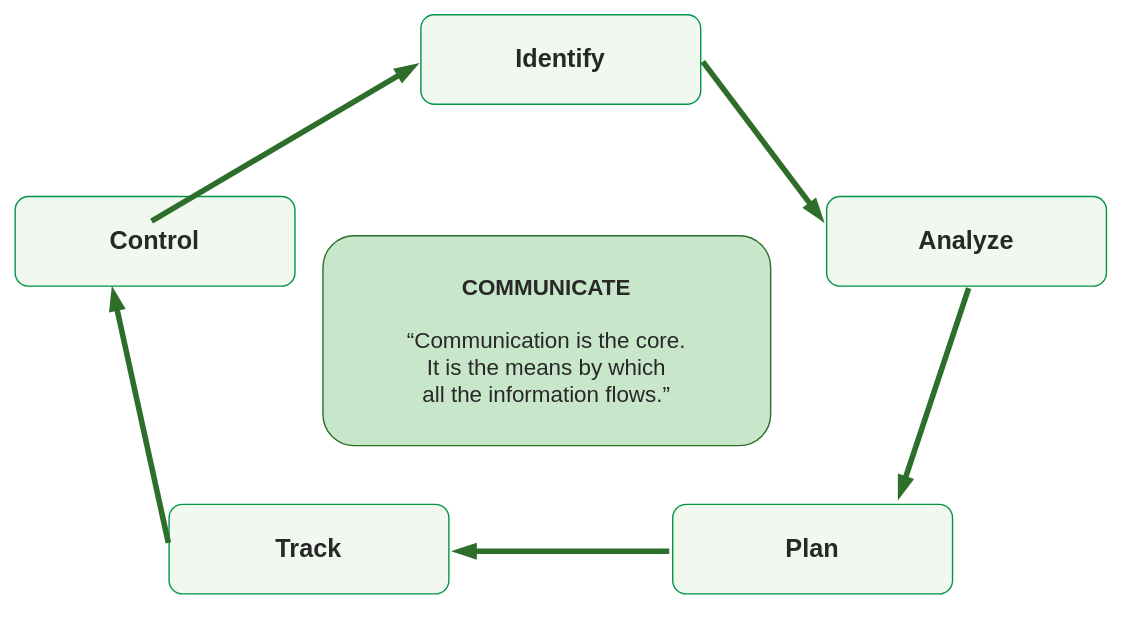
Earlier version of the draw.io export content/needs/risks/crm-wheel.svg (msdbok/msdbok.github.io). Source tidied: cells renumbered, new cells last; positions are measured from the earlier drawing's top-left corner, leaving out a move shared by most shapes.
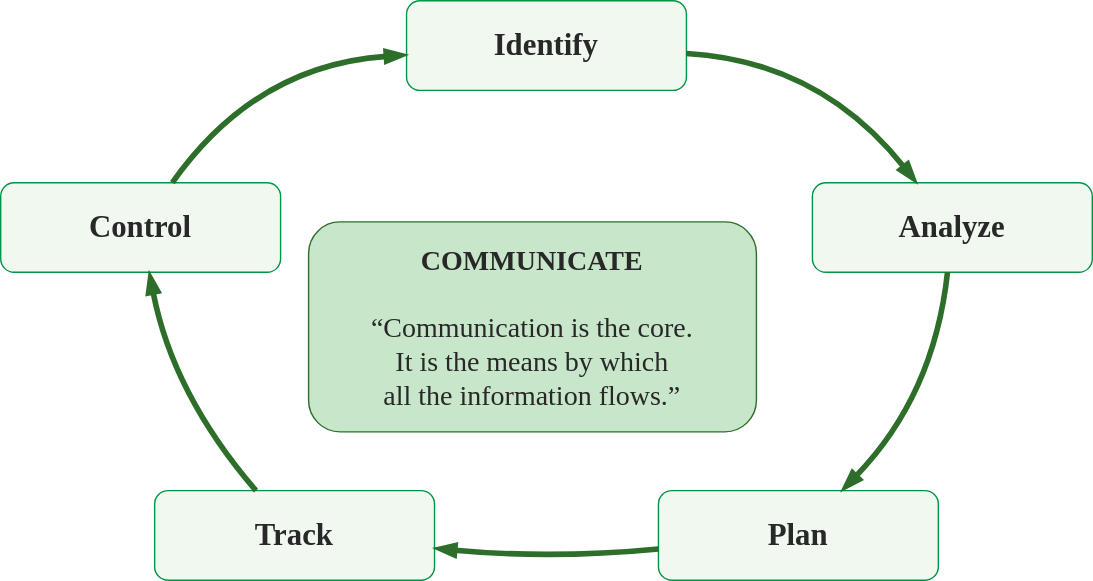
The same file after the commit.

What changed in the source:
```diff
@@ -2,52 +2,57 @@
   <root>
     <mxCell id="0" />
     <mxCell id="1" parent="0" />
-    <mxCell id="2" value="Identify" style="rounded=1;whiteSpace=wrap;html=1;fillColor=#f0f8f0;strokeColor=#019546;fontFamily=Tahoma,Verdana,sans-serif;fontColor=#282828;fontSize=18;fontStyle=1;" parent="1" vertex="1">
+    <mxCell id="2" value="Identify" style="rounded=1;whiteSpace=wrap;html=1;fillColor=#f0f8f0;strokeColor=#019546;fontFamily=Tahoma,Verdana,sans-serif;fontColor=#282828;fontSize=22;fontStyle=1;" parent="1" vertex="1">
       <mxGeometry x="290" width="200" height="64" as="geometry" />
     </mxCell>
-    <mxCell id="3" value="Analyze" style="rounded=1;whiteSpace=wrap;html=1;fillColor=#f0f8f0;strokeColor=#019546;fontFamily=Tahoma,Verdana,sans-serif;fontColor=#282828;fontSize=18;fontStyle=1;" parent="1" vertex="1">
+    <mxCell id="3" value="Analyze" style="rounded=1;whiteSpace=wrap;html=1;fillColor=#f0f8f0;strokeColor=#019546;fontFamily=Tahoma,Verdana,sans-serif;fontColor=#282828;fontSize=22;fontStyle=1;" parent="1" vertex="1">
       <mxGeometry x="580" y="130" width="200" height="64" as="geometry" />
     </mxCell>
-    <mxCell id="4" value="Plan" style="rounded=1;whiteSpace=wrap;html=1;fillColor=#f0f8f0;strokeColor=#019546;fontFamily=Tahoma,Verdana,sans-serif;fontColor=#282828;fontSize=18;fontStyle=1;" parent="1" vertex="1">
+    <mxCell id="4" value="Plan" style="rounded=1;whiteSpace=wrap;html=1;fillColor=#f0f8f0;strokeColor=#019546;fontFamily=Tahoma,Verdana,sans-serif;fontColor=#282828;fontSize=22;fontStyle=1;" parent="1" vertex="1">
       <mxGeometry x="470" y="350" width="200" height="64" as="geometry" />
     </mxCell>
-    <mxCell id="5" value="Track" style="rounded=1;whiteSpace=wrap;html=1;fillColor=#f0f8f0;strokeColor=#019546;fontFamily=Tahoma,Verdana,sans-serif;fontColor=#282828;fontSize=18;fontStyle=1;" parent="1" vertex="1">
+    <mxCell id="5" value="Track" style="rounded=1;whiteSpace=wrap;html=1;fillColor=#f0f8f0;strokeColor=#019546;fontFamily=Tahoma,Verdana,sans-serif;fontColor=#282828;fontSize=22;fontStyle=1;" parent="1" vertex="1">
       <mxGeometry x="110" y="350" width="200" height="64" as="geometry" />
     </mxCell>
-    <mxCell id="6" value="Control" style="rounded=1;whiteSpace=wrap;html=1;fillColor=#f0f8f0;strokeColor=#019546;fontFamily=Tahoma,Verdana,sans-serif;fontColor=#282828;fontSize=18;fontStyle=1;" parent="1" vertex="1">
+    <mxCell id="6" value="Control" style="rounded=1;whiteSpace=wrap;html=1;fillColor=#f0f8f0;strokeColor=#019546;fontFamily=Tahoma,Verdana,sans-serif;fontColor=#282828;fontSize=22;fontStyle=1;" parent="1" vertex="1">
       <mxGeometry y="130" width="200" height="64" as="geometry" />
     </mxCell>
-    <mxCell id="7" style="endArrow=blockThin;html=1;strokeColor=#2D6E2A;strokeWidth=4;fontFamily=Tahoma,Verdana,sans-serif;fontColor=#282828;fontSize=13;dashed=0;curved=0;endFill=1;" parent="1" edge="1">
+    <mxCell id="7" style="endArrow=blockThin;html=1;strokeColor=#2D6E2A;strokeWidth=4;fontFamily=Tahoma,Verdana,sans-serif;fontColor=#282828;fontSize=13;dashed=0;curved=1;endFill=1;rounded=0;" parent="1" edge="1" source="2" target="3">
       <mxGeometry relative="1" as="geometry">
-        <mxPoint x="492" y="34" as="sourcePoint" />
-        <mxPoint x="578" y="148" as="targetPoint" />
+        <Array as="points">
+          <mxPoint x="585" y="43" />
+        </Array>
       </mxGeometry>
     </mxCell>
-    <mxCell id="8" style="endArrow=blockThin;html=1;strokeColor=#2D6E2A;strokeWidth=4;fontFamily=Tahoma,Verdana,sans-serif;fontColor=#282828;fontSize=13;dashed=0;curved=0;endFill=1;" parent="1" edge="1">
+    <mxCell id="8" style="endArrow=blockThin;html=1;strokeColor=#2D6E2A;strokeWidth=4;fontFamily=Tahoma,Verdana,sans-serif;fontColor=#282828;fontSize=13;dashed=0;curved=1;endFill=1;rounded=0;" parent="1" edge="1" source="3" target="4">
       <mxGeometry relative="1" as="geometry">
-        <mxPoint x="682" y="196" as="sourcePoint" />
-        <mxPoint x="632" y="346" as="targetPoint" />
+        <Array as="points">
+          <mxPoint x="667" y="282" />
+        </Array>
       </mxGeometry>
     </mxCell>
-    <mxCell id="9" style="endArrow=blockThin;html=1;strokeColor=#2D6E2A;strokeWidth=4;fontFamily=Tahoma,Verdana,sans-serif;fontColor=#282828;fontSize=13;dashed=0;curved=0;endFill=1;" parent="1" edge="1">
+    <mxCell id="9" style="endArrow=blockThin;html=1;strokeColor=#2D6E2A;strokeWidth=4;fontFamily=Tahoma,Verdana,sans-serif;fontColor=#282828;fontSize=13;dashed=0;curved=1;endFill=1;rounded=0;" parent="1" edge="1" source="4" target="5">
       <mxGeometry relative="1" as="geometry">
-        <mxPoint x="468" y="384" as="sourcePoint" />
-        <mxPoint x="314" y="384" as="targetPoint" />
+        <Array as="points">
+          <mxPoint x="394" y="399" />
+        </Array>
       </mxGeometry>
     </mxCell>
-    <mxCell id="10" style="endArrow=blockThin;html=1;strokeColor=#2D6E2A;strokeWidth=4;fontFamily=Tahoma,Verdana,sans-serif;fontColor=#282828;fontSize=13;dashed=0;curved=0;endFill=1;" parent="1" edge="1">
+    <mxCell id="10" style="endArrow=blockThin;html=1;strokeColor=#2D6E2A;strokeWidth=4;fontFamily=Tahoma,Verdana,sans-serif;fontColor=#282828;fontSize=13;dashed=0;curved=1;endFill=1;rounded=0;" parent="1" edge="1" source="5" target="6">
       <mxGeometry relative="1" as="geometry">
-        <mxPoint x="110" y="378" as="sourcePoint" />
-        <mxPoint x="70" y="196" as="targetPoint" />
+        <Array as="points">
+          <mxPoint x="123" y="281" />
+        </Array>
       </mxGeometry>
     </mxCell>
-    <mxCell id="11" style="endArrow=blockThin;html=1;strokeColor=#2D6E2A;strokeWidth=4;fontFamily=Tahoma,Verdana,sans-serif;fontColor=#282828;fontSize=13;dashed=0;curved=0;endFill=1;" parent="1" edge="1">
+    <mxCell id="11" style="endArrow=blockThin;html=1;strokeColor=#2D6E2A;strokeWidth=4;fontFamily=Tahoma,Verdana,sans-serif;fontColor=#282828;fontSize=13;dashed=0;curved=1;endFill=1;rounded=0;" parent="1" edge="1" source="6" target="2">
       <mxGeometry relative="1" as="geometry">
-        <mxPoint x="98" y="148" as="sourcePoint" />
-        <mxPoint x="288" y="36" as="targetPoint" />
+        <Array as="points">
+          <mxPoint x="182" y="46" />
+        </Array>
       </mxGeometry>
     </mxCell>
-    <mxCell id="12" value="&lt;b&gt;COMMUNICATE&lt;/b&gt;&lt;br&gt;&lt;br&gt;“Communication is the core.&lt;br&gt;It is the means by which&lt;br&gt;all the information flows.”" style="rounded=1;whiteSpace=wrap;html=1;fillColor=#c8e6c9;strokeColor=#2D6E2A;fontFamily=Tahoma,Verdana,sans-serif;fontColor=#282828;fontSize=16;" parent="1" vertex="1">
+    <mxCell id="12" value="&lt;b&gt;COMMUNICATE&lt;/b&gt;&lt;br&gt;&lt;br&gt;“Communication is the core.&lt;br&gt;It is the means by which&lt;br&gt;all the information flows.”" style="rounded=1;whiteSpace=wrap;html=1;fillColor=#c8e6c9;strokeColor=#2D6E2A;fontFamily=Tahoma,Verdana,sans-serif;fontColor=#282828;fontSize=20;" parent="1" vertex="1">
       <mxGeometry x="220" y="158" width="320" height="150" as="geometry" />
     </mxCell>
   </root>
```
